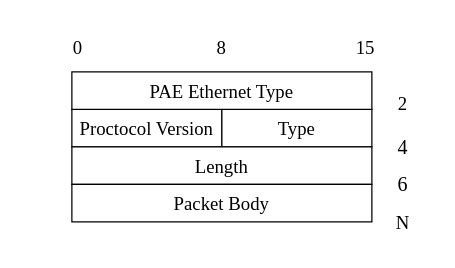
Above: EAPOL报文格式.drawio in PATORITU/PATORITU (draw.io), before the change. Source tidied: cells renumbered, new cells numbered last; positions are measured from the earlier drawing's top-left corner, leaving out a move shared by most shapes. Both pictures are drawn from the tidied source at 125%, with x=0, y=0 at pixel (21, 21).
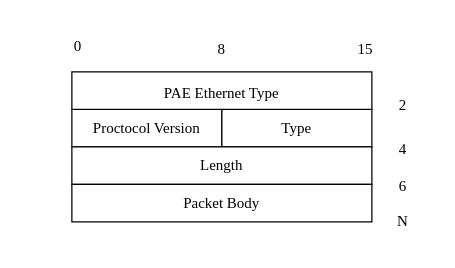
Above is the later version.

Commit message:
更新EAPOL报文格式.drawio

What changed in the source:
```diff
@@
 <mxGraphModel>
   <root>
     <mxCell id="0" />
     <mxCell id="1" parent="0" />
-    <mxCell id="2" value="&lt;font style=&quot;font-size: 15px;&quot;&gt;0&lt;/font&gt;" style="rounded=1;whiteSpace=wrap;html=1;strokeColor=none;fontFamily=Times New Roman;" parent="1" vertex="1">
+    <mxCell id="2" value="&lt;font style=&quot;font-size: 12px;&quot;&gt;0&lt;/font&gt;" style="rounded=1;whiteSpace=wrap;html=1;strokeColor=none;fontFamily=Times New Roman;" parent="1" vertex="1">
       <mxGeometry width="90" height="40" as="geometry" />
     </mxCell>
-    <mxCell id="3" value="8" style="rounded=1;whiteSpace=wrap;html=1;strokeColor=none;fontSize=15;fontFamily=Times New Roman;" parent="1" vertex="1">
+    <mxCell id="3" value="&lt;font style=&quot;font-size: 12px;&quot;&gt;8&lt;/font&gt;" style="rounded=1;whiteSpace=wrap;html=1;strokeColor=none;fontSize=15;fontFamily=Times New Roman;" parent="1" vertex="1">
       <mxGeometry x="115" width="90" height="40" as="geometry" />
     </mxCell>
-    <mxCell id="4" value="15" style="rounded=1;whiteSpace=wrap;html=1;strokeColor=none;fontSize=15;fontFamily=Times New Roman;" parent="1" vertex="1">
+    <mxCell id="4" value="&lt;font style=&quot;font-size: 12px;&quot;&gt;15&lt;/font&gt;" style="rounded=1;whiteSpace=wrap;html=1;strokeColor=none;fontSize=15;fontFamily=Times New Roman;" parent="1" vertex="1">
       <mxGeometry x="230" width="90" height="40" as="geometry" />
     </mxCell>
-    <mxCell id="5" value="4" style="rounded=1;whiteSpace=wrap;html=1;strokeColor=none;fontSize=16;fontFamily=Times New Roman;" parent="1" vertex="1">
+    <mxCell id="5" value="&lt;font style=&quot;font-size: 12px;&quot;&gt;4&lt;/font&gt;" style="rounded=1;whiteSpace=wrap;html=1;strokeColor=none;fontSize=16;fontFamily=Times New Roman;" parent="1" vertex="1">
       <mxGeometry x="280" y="80" width="50" height="40" as="geometry" />
     </mxCell>
-    <mxCell id="6" value="2" style="rounded=1;whiteSpace=wrap;html=1;strokeColor=none;fontSize=15;fontFamily=Times New Roman;" parent="1" vertex="1">
+    <mxCell id="6" value="&lt;font style=&quot;font-size: 12px;&quot;&gt;2&lt;/font&gt;" style="rounded=1;whiteSpace=wrap;html=1;strokeColor=none;fontSize=15;fontFamily=Times New Roman;" parent="1" vertex="1">
       <mxGeometry x="280" y="50" width="50" height="30" as="geometry" />
     </mxCell>
-    <mxCell id="7" value="6" style="rounded=1;whiteSpace=wrap;html=1;strokeColor=none;fontSize=16;fontFamily=Times New Roman;" parent="1" vertex="1">
+    <mxCell id="7" value="&lt;font style=&quot;font-size: 12px;&quot;&gt;6&lt;/font&gt;" style="rounded=1;whiteSpace=wrap;html=1;strokeColor=none;fontSize=16;fontFamily=Times New Roman;" parent="1" vertex="1">
       <mxGeometry x="280" y="110" width="50" height="40" as="geometry" />
     </mxCell>
-    <mxCell id="8" value="&lt;font style=&quot;font-size: 15px;&quot;&gt;N&lt;/font&gt;" style="rounded=1;whiteSpace=wrap;html=1;strokeColor=none;fontFamily=Times New Roman;" parent="1" vertex="1">
+    <mxCell id="8" value="&lt;font style=&quot;font-size: 12px;&quot;&gt;N&lt;/font&gt;" style="rounded=1;whiteSpace=wrap;html=1;strokeColor=none;fontFamily=Times New Roman;" parent="1" vertex="1">
       <mxGeometry x="280" y="140" width="50" height="40" as="geometry" />
     </mxCell>
-    <mxCell id="9" value="&lt;font style=&quot;font-size: 15px;&quot;&gt;Proctocol Version&lt;/font&gt;" style="rounded=0;whiteSpace=wrap;html=1;fontFamily=Times New Roman;" parent="1" vertex="1">
+    <mxCell id="9" value="&lt;font style=&quot;font-size: 12px;&quot;&gt;Proctocol Version&lt;/font&gt;" style="rounded=0;whiteSpace=wrap;html=1;fontFamily=Times New Roman;" parent="1" vertex="1">
       <mxGeometry x="40" y="70" width="120" height="30" as="geometry" />
     </mxCell>
-    <mxCell id="10" value="&lt;font style=&quot;font-size: 15px;&quot;&gt;Type&lt;/font&gt;" style="rounded=0;whiteSpace=wrap;html=1;fontFamily=Times New Roman;" parent="1" vertex="1">
+    <mxCell id="10" value="&lt;font style=&quot;font-size: 12px;&quot;&gt;Type&lt;/font&gt;" style="rounded=0;whiteSpace=wrap;html=1;fontFamily=Times New Roman;" parent="1" vertex="1">
       <mxGeometry x="160" y="70" width="120" height="30" as="geometry" />
     </mxCell>
-    <mxCell id="11" value="PAE Ethernet Type" style="rounded=0;whiteSpace=wrap;html=1;fontSize=15;fontFamily=Times New Roman;" parent="1" vertex="1">
+    <mxCell id="11" value="&lt;font style=&quot;font-size: 12px;&quot;&gt;PAE Ethernet Type&lt;/font&gt;" style="rounded=0;whiteSpace=wrap;html=1;fontSize=15;fontFamily=Times New Roman;" parent="1" vertex="1">
       <mxGeometry x="40" y="40" width="240" height="30" as="geometry" />
     </mxCell>
-    <mxCell id="12" value="&lt;font style=&quot;font-size: 15px;&quot;&gt;Length&lt;/font&gt;" style="rounded=0;whiteSpace=wrap;html=1;fontFamily=Times New Roman;" parent="1" vertex="1">
+    <mxCell id="12" value="&lt;font style=&quot;font-size: 12px;&quot;&gt;Length&lt;/font&gt;" style="rounded=0;whiteSpace=wrap;html=1;fontFamily=Times New Roman;" parent="1" vertex="1">
       <mxGeometry x="40" y="100" width="240" height="30" as="geometry" />
     </mxCell>
-    <mxCell id="13" value="&lt;font style=&quot;font-size: 15px;&quot;&gt;Packet Body&lt;/font&gt;" style="rounded=0;whiteSpace=wrap;html=1;fontFamily=Times New Roman;" parent="1" vertex="1">
+    <mxCell id="13" value="&lt;font style=&quot;font-size: 12px;&quot;&gt;Packet Body&lt;/font&gt;" style="rounded=0;whiteSpace=wrap;html=1;fontFamily=Times New Roman;" parent="1" vertex="1">
       <mxGeometry x="40" y="130" width="240" height="30" as="geometry" />
     </mxCell>
   </root>
 </mxGraphModel>
```
